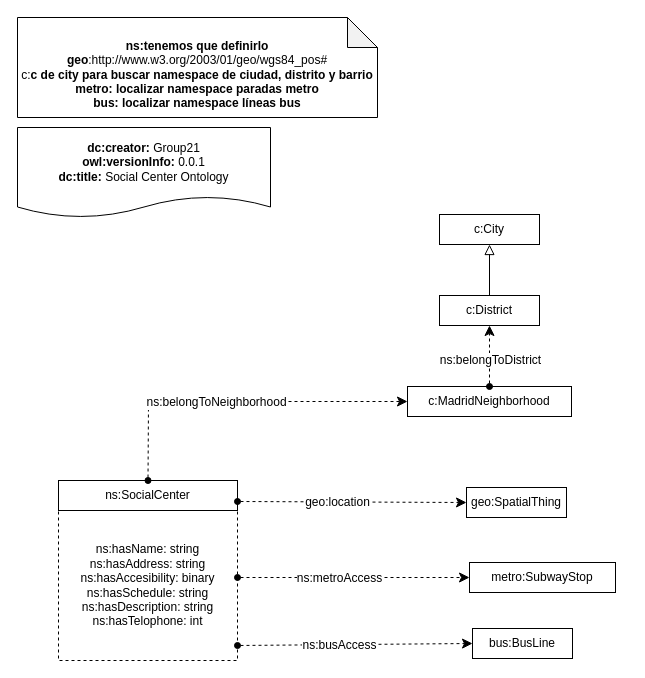
Above: HandsOn/Group21/ontology/Group21Ongology.drawio in FacultadInformatica-LinkedData/Curso2022-2023-ODKG (draw.io), before the change. Source tidied: cells renumbered, new cells numbered last; positions are measured from the earlier drawing's top-left corner, leaving out a move shared by most shapes. Both pictures are drawn from the tidied source at 100%, with x=0, y=0 at pixel (17, 17).
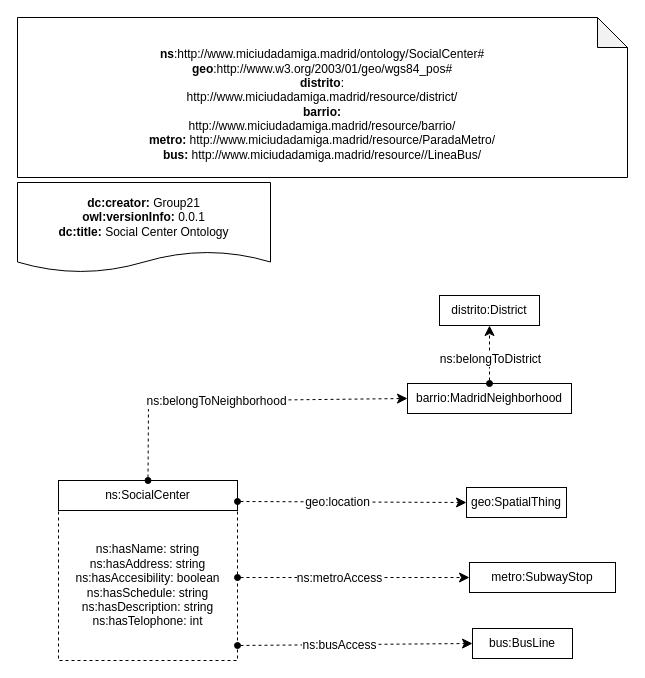
Above is the later version.

Diff of the diagram source:
```diff
@@
-    <mxCell id="2" value="&lt;div&gt;&lt;br&gt;&lt;/div&gt;&lt;div&gt;&lt;b&gt;ns:tenemos que definirlo&lt;/b&gt;&lt;b&gt;&lt;br&gt;&lt;/b&gt;&lt;/div&gt;&lt;div&gt;&lt;b&gt;geo&lt;/b&gt;:http://www.w3.org/2003/01/geo/wgs84_pos#&lt;/div&gt;&lt;div&gt;&lt;span style=&quot;background-color: initial;&quot;&gt;c:&lt;/span&gt;&lt;b style=&quot;background-color: initial;&quot;&gt;c de city para buscar namespace de ciudad, distrito y barrio&lt;/b&gt;&lt;br&gt;&lt;/div&gt;&lt;div&gt;&lt;b style=&quot;background-color: initial;&quot;&gt;metro: localizar namespace paradas metro&lt;/b&gt;&lt;/div&gt;&lt;div&gt;&lt;b style=&quot;background-color: initial;&quot;&gt;bus: localizar namespace líneas bus&lt;/b&gt;&lt;/div&gt;" style="shape=note;whiteSpace=wrap;html=1;backgroundOutline=1;darkOpacity=0.05;" parent="1" vertex="1">
-      <mxGeometry width="360" height="100" as="geometry" />
+    <mxCell id="2" value="&lt;div&gt;&lt;br&gt;&lt;/div&gt;&lt;div&gt;&lt;b&gt;ns&lt;/b&gt;:http://www.miciudadamiga.madrid/ontology/SocialCenter#&lt;b&gt;&lt;br&gt;&lt;/b&gt;&lt;/div&gt;&lt;div&gt;&lt;b&gt;geo&lt;/b&gt;:http://www.w3.org/2003/01/geo/wgs84_pos#&lt;/div&gt;&lt;div&gt;&lt;span style=&quot;background-color: initial;&quot;&gt;&lt;b&gt;distrito&lt;/b&gt;:&lt;/span&gt;&lt;/div&gt;&lt;div&gt;http://www.miciudadamiga.madrid/resource/district/&lt;/div&gt;&lt;div&gt;&lt;b style=&quot;background-color: initial;&quot;&gt;barrio:&lt;/b&gt;&lt;/div&gt;http://www.miciudadamiga.madrid/resource/barrio/&lt;br&gt;&lt;b style=&quot;background-color: initial;&quot;&gt;metro:&amp;nbsp;&lt;/b&gt;http://www.miciudadamiga.madrid/resource/ParadaMetro/&lt;br&gt;&lt;b style=&quot;background-color: initial;&quot;&gt;bus:&amp;nbsp;&lt;/b&gt;http://www.miciudadamiga.madrid/resource//LineaBus/" style="shape=note;whiteSpace=wrap;html=1;backgroundOutline=1;darkOpacity=0.05;" parent="1" vertex="1">
+      <mxGeometry width="610" height="160" as="geometry" />
     </mxCell>
     <mxCell id="3" value="&lt;div&gt;&lt;b&gt;dc:creator:&lt;/b&gt;&amp;nbsp;Group21&lt;/div&gt;&lt;div&gt;&lt;b&gt;owl:versionInfo:&lt;/b&gt; 0.0.1&lt;/div&gt;&lt;div&gt;&lt;b&gt;dc:title:&lt;/b&gt;&amp;nbsp;Social Center Ontology&lt;/div&gt;" style="shape=document;whiteSpace=wrap;html=1;boundedLbl=1;labelBackgroundColor=#ffffff;strokeColor=#000000;fontSize=12;fontColor=#000000;size=0.23333333333333334;" parent="1" vertex="1">
-      <mxGeometry y="110" width="253" height="90" as="geometry" />
+      <mxGeometry y="165" width="253" height="90" as="geometry" />
     </mxCell>
-    <mxCell id="4" value="ns:hasName: string&lt;br&gt;ns:hasAddress: string&lt;br&gt;ns:hasAccesibility: binary&lt;br&gt;ns:hasSchedule: string&lt;br&gt;ns:hasDescription: string&lt;br&gt;ns:hasTelophone: int" style="rounded=0;whiteSpace=wrap;html=1;snapToPoint=1;points=[[0.1,0],[0.2,0],[0.3,0],[0.4,0],[0.5,0],[0.6,0],[0.7,0],[0.8,0],[0.9,0],[0,0.1],[0,0.3],[0,0.5],[0,0.7],[0,0.9],[0.1,1],[0.2,1],[0.3,1],[0.4,1],[0.5,1],[0.6,1],[0.7,1],[0.8,1],[0.9,1],[1,0.1],[1,0.3],[1,0.5],[1,0.7],[1,0.9]];dashed=1;" parent="1" vertex="1">
+    <mxCell id="4" value="ns:hasName: string&lt;br&gt;ns:hasAddress: string&lt;br&gt;ns:hasAccesibility: boolean&lt;br&gt;ns:hasSchedule: string&lt;br&gt;ns:hasDescription: string&lt;br&gt;ns:hasTelophone: int" style="rounded=0;whiteSpace=wrap;html=1;snapToPoint=1;points=[[0.1,0],[0.2,0],[0.3,0],[0.4,0],[0.5,0],[0.6,0],[0.7,0],[0.8,0],[0.9,0],[0,0.1],[0,0.3],[0,0.5],[0,0.7],[0,0.9],[0.1,1],[0.2,1],[0.3,1],[0.4,1],[0.5,1],[0.6,1],[0.7,1],[0.8,1],[0.9,1],[1,0.1],[1,0.3],[1,0.5],[1,0.7],[1,0.9]];dashed=1;" parent="1" vertex="1">
       <mxGeometry x="41" y="493" width="179" height="150" as="geometry" />
     </mxCell>
@@
-    <mxCell id="9" value="c:MadridNeighborhood" style="rounded=0;whiteSpace=wrap;html=1;snapToPoint=1;points=[[0.1,0],[0.2,0],[0.3,0],[0.4,0],[0.5,0],[0.6,0],[0.7,0],[0.8,0],[0.9,0],[0,0.1],[0,0.3],[0,0.5],[0,0.7],[0,0.9],[0.1,1],[0.2,1],[0.3,1],[0.4,1],[0.5,1],[0.6,1],[0.7,1],[0.8,1],[0.9,1],[1,0.1],[1,0.3],[1,0.5],[1,0.7],[1,0.9]];" parent="1" vertex="1">
-      <mxGeometry x="390" y="369" width="164" height="30" as="geometry" />
+    <mxCell id="9" value="barrio:MadridNeighborhood" style="rounded=0;whiteSpace=wrap;html=1;snapToPoint=1;points=[[0.1,0],[0.2,0],[0.3,0],[0.4,0],[0.5,0],[0.6,0],[0.7,0],[0.8,0],[0.9,0],[0,0.1],[0,0.3],[0,0.5],[0,0.7],[0,0.9],[0.1,1],[0.2,1],[0.3,1],[0.4,1],[0.5,1],[0.6,1],[0.7,1],[0.8,1],[0.9,1],[1,0.1],[1,0.3],[1,0.5],[1,0.7],[1,0.9]];" parent="1" vertex="1">
+      <mxGeometry x="390" y="366" width="164" height="30" as="geometry" />
     </mxCell>
@@
-    <mxCell id="12" value="c:District" style="rounded=0;whiteSpace=wrap;html=1;snapToPoint=1;points=[[0.1,0],[0.2,0],[0.3,0],[0.4,0],[0.5,0],[0.6,0],[0.7,0],[0.8,0],[0.9,0],[0,0.1],[0,0.3],[0,0.5],[0,0.7],[0,0.9],[0.1,1],[0.2,1],[0.3,1],[0.4,1],[0.5,1],[0.6,1],[0.7,1],[0.8,1],[0.9,1],[1,0.1],[1,0.3],[1,0.5],[1,0.7],[1,0.9]];" parent="1" vertex="1">
+    <mxCell id="12" value="distrito:District" style="rounded=0;whiteSpace=wrap;html=1;snapToPoint=1;points=[[0.1,0],[0.2,0],[0.3,0],[0.4,0],[0.5,0],[0.6,0],[0.7,0],[0.8,0],[0.9,0],[0,0.1],[0,0.3],[0,0.5],[0,0.7],[0,0.9],[0.1,1],[0.2,1],[0.3,1],[0.4,1],[0.5,1],[0.6,1],[0.7,1],[0.8,1],[0.9,1],[1,0.1],[1,0.3],[1,0.5],[1,0.7],[1,0.9]];" parent="1" vertex="1">
       <mxGeometry x="422" y="278" width="100" height="30" as="geometry" />
     </mxCell>
-    <mxCell id="13" style="endArrow=block;html=1;fontColor=#000099;exitX=0.5;exitY=0;exitDx=0;exitDy=0;endFill=0;entryX=0.5;entryY=1;entryDx=0;entryDy=0;endSize=8;arcSize=0;rounded=0;" parent="1" edge="1" source="12" target="14">
-      <mxGeometry relative="1" as="geometry" />
-    </mxCell>
-    <mxCell id="14" value="c:City" style="rounded=0;whiteSpace=wrap;html=1;snapToPoint=1;points=[[0.1,0],[0.2,0],[0.3,0],[0.4,0],[0.5,0],[0.6,0],[0.7,0],[0.8,0],[0.9,0],[0,0.1],[0,0.3],[0,0.5],[0,0.7],[0,0.9],[0.1,1],[0.2,1],[0.3,1],[0.4,1],[0.5,1],[0.6,1],[0.7,1],[0.8,1],[0.9,1],[1,0.1],[1,0.3],[1,0.5],[1,0.7],[1,0.9]];" parent="1" vertex="1">
-      <mxGeometry x="422" y="197" width="100" height="30" as="geometry" />
-    </mxCell>
```
